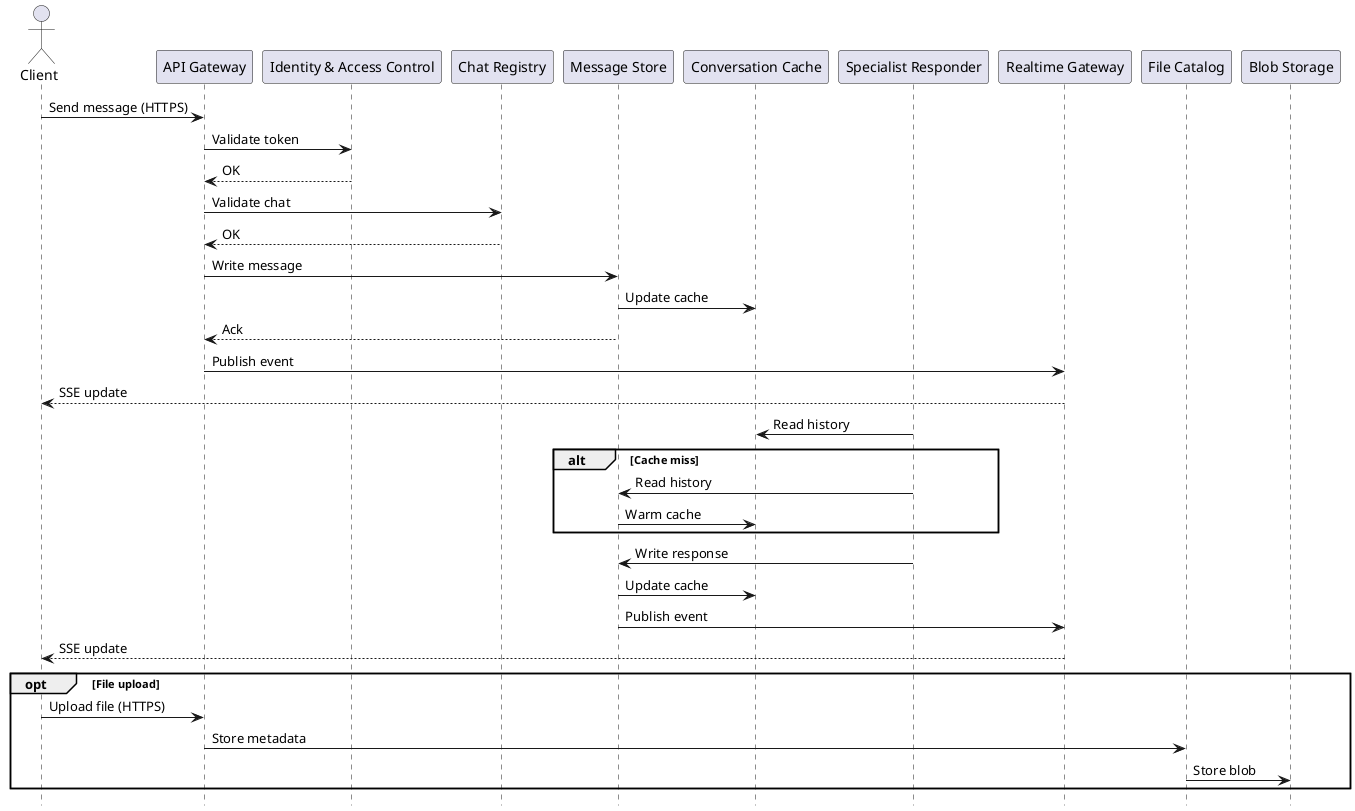
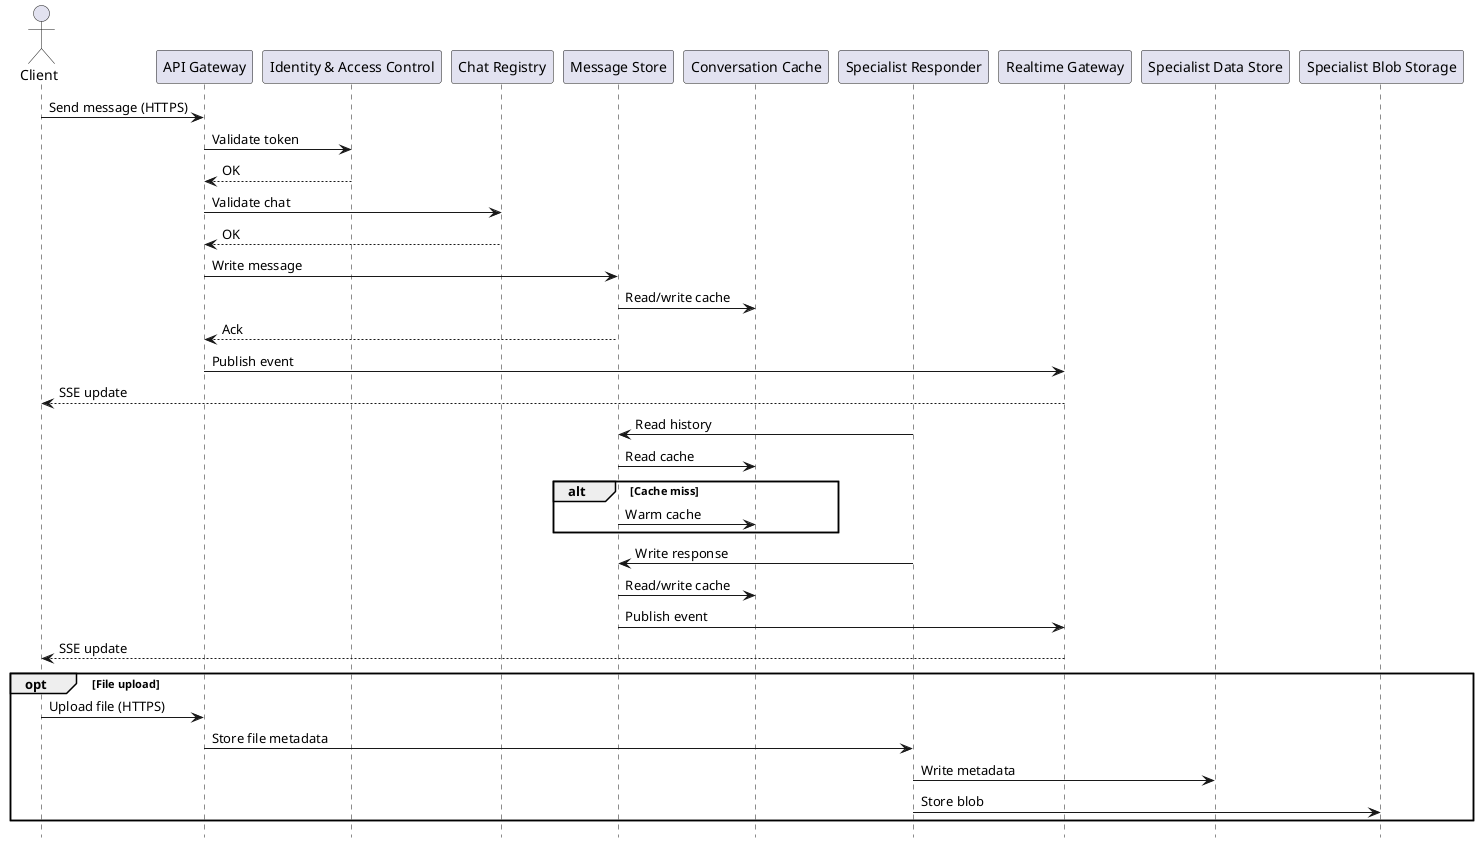
@startuml
hide footbox

actor Client
participant "API Gateway" as APIGW
participant "Identity & Access Control" as IAM
participant "Chat Registry" as ChatReg
participant "Message Store" as MsgStore
participant "Conversation Cache" as Cache
participant "Specialist Responder" as Specialist
participant "Realtime Gateway" as RTGW
- participant "File Catalog" as FileCat
- participant "Blob Storage" as Blob
+ participant "Specialist Data Store" as SpecDB
+ participant "Specialist Blob Storage" as SpecBlob

Client -> APIGW : Send message (HTTPS)
APIGW -> IAM : Validate token
IAM --> APIGW : OK
APIGW -> ChatReg : Validate chat
ChatReg --> APIGW : OK
APIGW -> MsgStore : Write message
- MsgStore -> Cache : Update cache
+ MsgStore -> Cache : Read/write cache
MsgStore --> APIGW : Ack
APIGW -> RTGW : Publish event
RTGW --> Client : SSE update

- Specialist -> Cache : Read history
+ Specialist -> MsgStore : Read history
+ MsgStore -> Cache : Read cache
alt Cache miss
-   Specialist -> MsgStore : Read history
  MsgStore -> Cache : Warm cache
end
Specialist -> MsgStore : Write response
- MsgStore -> Cache : Update cache
+ MsgStore -> Cache : Read/write cache
MsgStore -> RTGW : Publish event
RTGW --> Client : SSE update

opt File upload
  Client -> APIGW : Upload file (HTTPS)
-   APIGW -> FileCat : Store metadata
-   FileCat -> Blob : Store blob
+   APIGW -> Specialist : Store file metadata
+   Specialist -> SpecDB : Write metadata
+   Specialist -> SpecBlob : Store blob
end

@enduml
